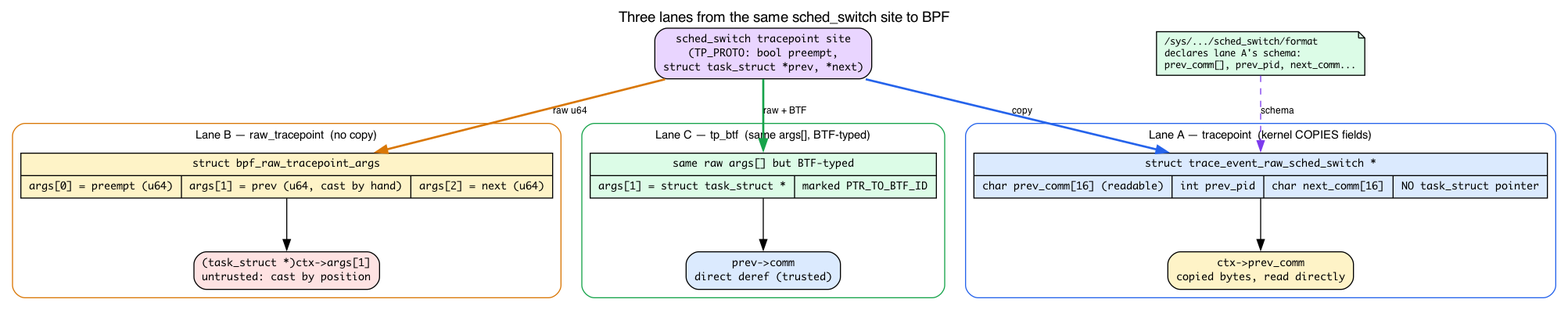
Above: ebpf/src/diagrams/day07_tracepoint_lanes.png in biefy/books (Graphviz), before the change. Its source is kept beside it as ebpf/src/diagrams/src/day07_tracepoint_lanes.dot.
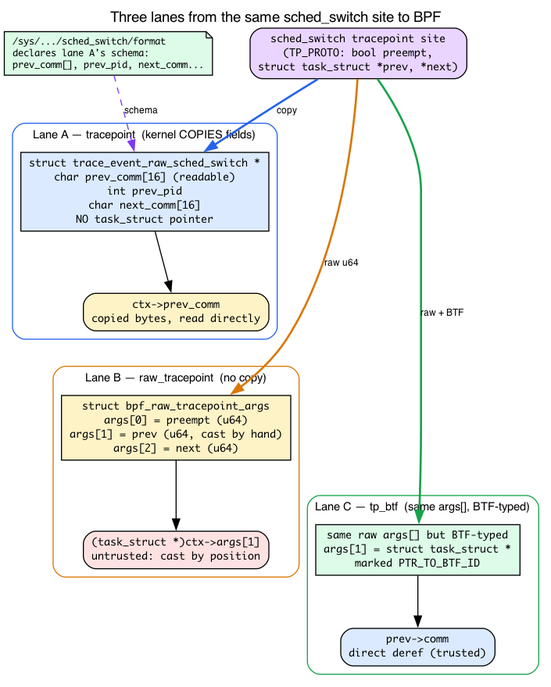
After the change.

What changed in the source:
```diff
@@ -15,8 +15,8 @@
     subgraph cluster_a {
         label="Lane A — tracepoint  (kernel COPIES fields)";
         fontname="Helvetica"; fontsize=11; style="rounded"; color="#2563eb";
-        a_ctx [shape=record, style="filled", fillcolor="#dbeafe",
-               label="{ struct trace_event_raw_sched_switch * | { char prev_comm[16]  (readable) | int  prev_pid | char next_comm[16] | NO task_struct pointer } }"];
+        a_ctx [shape=box, style="filled", fillcolor="#dbeafe",
+               label="struct trace_event_raw_sched_switch *\nchar prev_comm[16] (readable)\nint prev_pid\nchar next_comm[16]\nNO task_struct pointer"];
         a_use [shape=box, style="filled,rounded", fillcolor="#fef3c7",
                label="ctx->prev_comm\ncopied bytes, read directly"];
         a_ctx -> a_use;
@@ -25,8 +25,8 @@
     subgraph cluster_b {
         label="Lane B — raw_tracepoint  (no copy)";
         fontname="Helvetica"; fontsize=11; style="rounded"; color="#d97706";
-        b_ctx [shape=record, style="filled", fillcolor="#fef3c7",
-               label="{ struct bpf_raw_tracepoint_args | { args[0] = preempt (u64) | args[1] = prev  (u64, cast by hand) | args[2] = next  (u64) } }"];
+        b_ctx [shape=box, style="filled", fillcolor="#fef3c7",
+               label="struct bpf_raw_tracepoint_args\nargs[0] = preempt (u64)\nargs[1] = prev (u64, cast by hand)\nargs[2] = next (u64)"];
         b_use [shape=box, style="filled,rounded", fillcolor="#fee2e2",
                label="(task_struct *)ctx->args[1]\nuntrusted: cast by position"];
         b_ctx -> b_use;
@@ -35,8 +35,8 @@
     subgraph cluster_c {
         label="Lane C — tp_btf  (same args[], BTF-typed)";
         fontname="Helvetica"; fontsize=11; style="rounded"; color="#16a34a";
-        c_ctx [shape=record, style="filled", fillcolor="#dcfce7",
-               label="{ same raw args[] but BTF-typed | { args[1] = struct task_struct * | marked PTR_TO_BTF_ID } }"];
+        c_ctx [shape=box, style="filled", fillcolor="#dcfce7",
+               label="same raw args[] but BTF-typed\nargs[1] = struct task_struct *\nmarked PTR_TO_BTF_ID"];
         c_use [shape=box, style="filled,rounded", fillcolor="#dbeafe",
                label="prev->comm\ndirect deref (trusted)"];
         c_ctx -> c_use;
@@ -47,4 +47,5 @@
     site -> c_ctx [label="raw + BTF", color="#16a34a", style=bold, fontname="Helvetica", fontsize=9];
 
     fmt -> a_ctx [label="schema", color="#7c3aed", style=dashed, fontname="Helvetica", fontsize=9];
+    a_use -> b_ctx -> c_ctx [style=invis, weight=100];
 }
```
